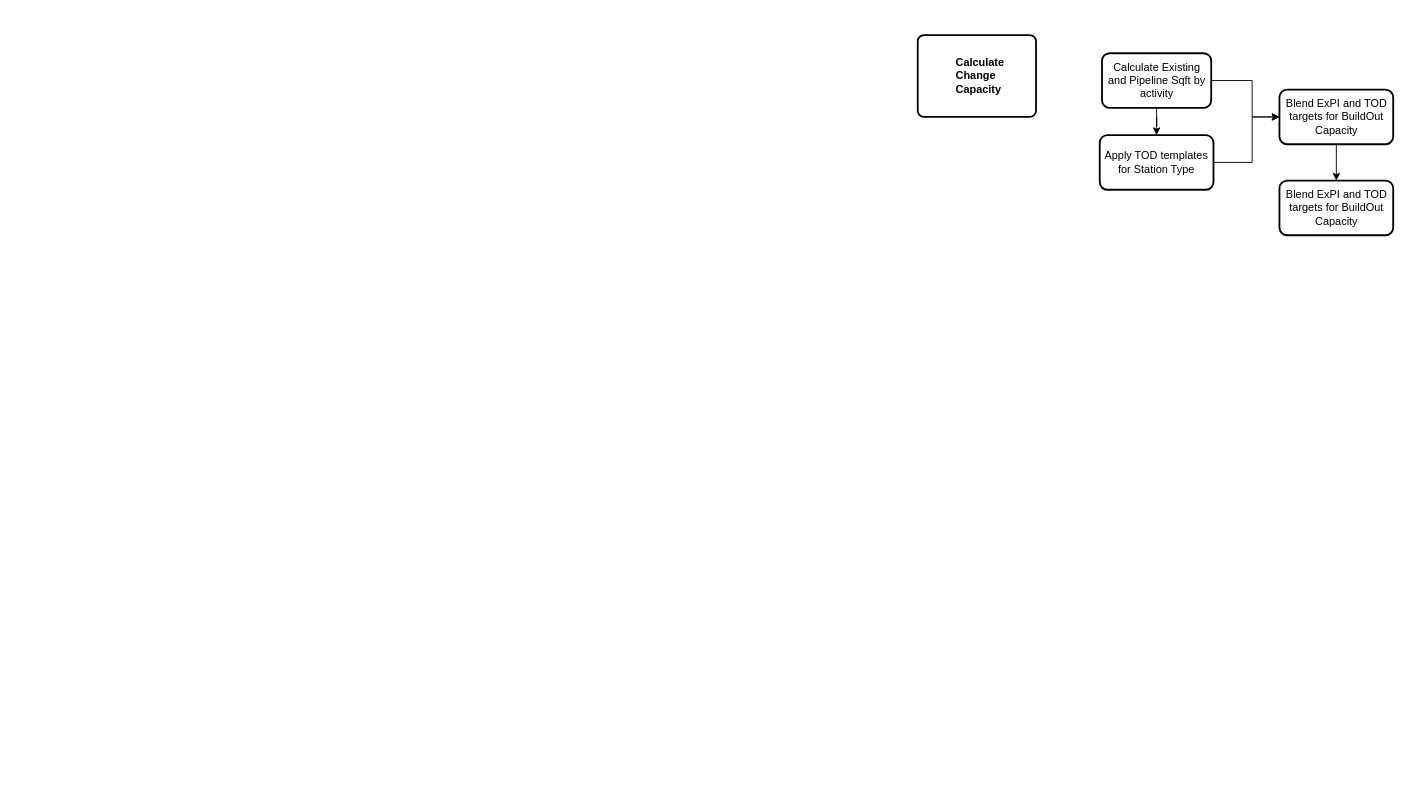
Earlier version of the draw.io diagram page "Calculate Change Capacity" (3 of 3) of AllocationProcess.drawio (renaissanceplanning/LCBRT_TOD). Source tidied: cells renumbered, new cells numbered last; positions are measured from the earlier drawing's top-left corner, leaving out a move shared by most shapes. Both pictures are drawn from the tidied source at 91%, with x=0, y=0 at pixel (917, 35).
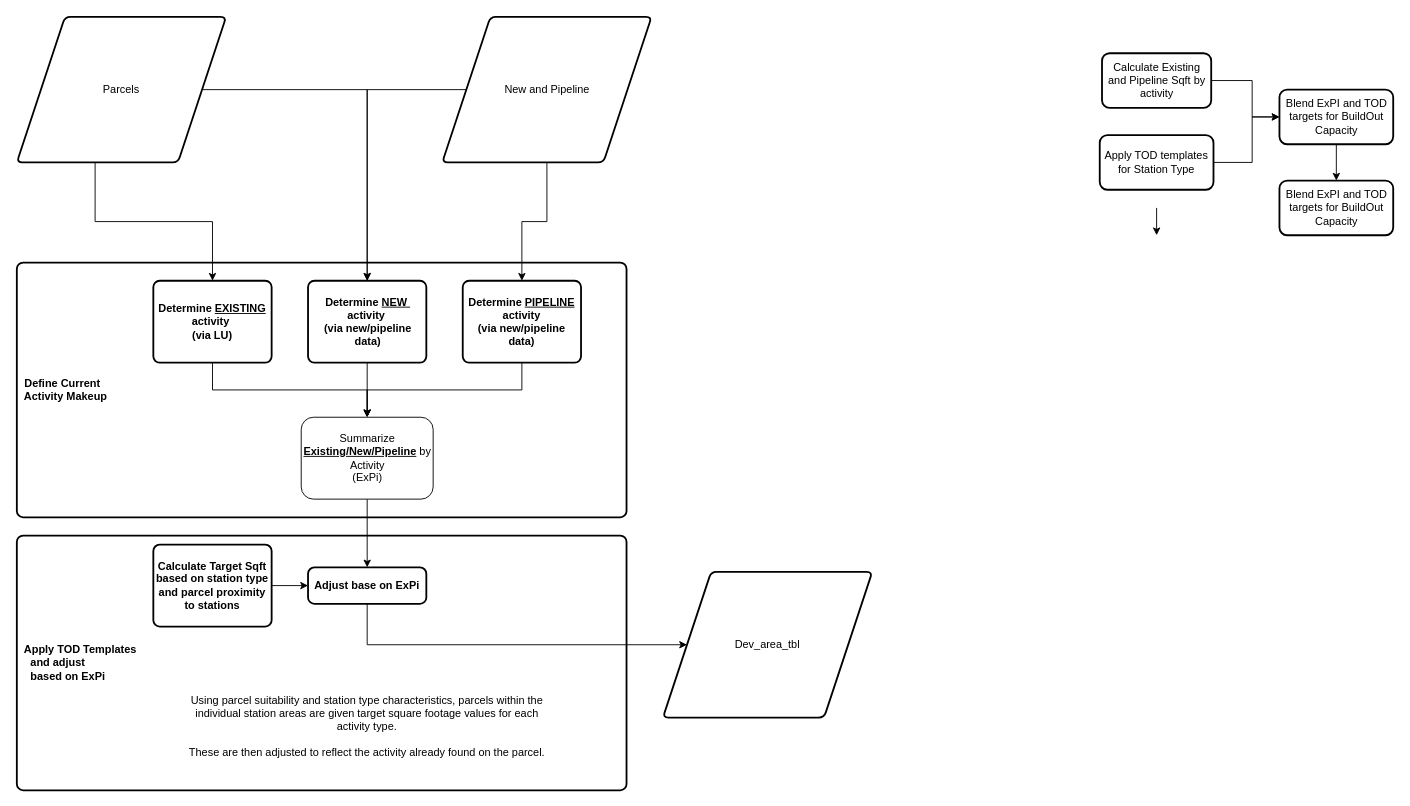
Above is the later version.

Commit message (it also covers changes not shown here):
update \rocedure process doc with change capacity flow

Unchanged cells that the change refers to:
```xml
<mxCell id="3" value="Calculate Existing and Pipeline Sqft by activity" style="whiteSpace=wrap;html=1;rounded=1;strokeWidth=2;arcSize=14;" parent="1" vertex="1">
  <mxGeometry x="202.5" y="20" width="120" height="60" as="geometry" />
</mxCell>
<mxCell id="4" value="Apply TOD templates for Station Type" style="whiteSpace=wrap;html=1;rounded=1;strokeWidth=2;arcSize=14;" parent="1" vertex="1">
  <mxGeometry x="200" y="110" width="125" height="60" as="geometry" />
</mxCell>
```

What changed in the source:
```diff
@@
+    <mxCell id="11" value="&lt;b&gt;&amp;nbsp; Apply TOD Templates&lt;br&gt;&amp;nbsp; &amp;nbsp; and adjust &lt;br&gt;&amp;nbsp; &amp;nbsp; based on ExPi&lt;br&gt;&lt;/b&gt;" style="rounded=1;whiteSpace=wrap;html=1;absoluteArcSize=1;arcSize=14;strokeWidth=2;align=left;" parent="1" vertex="1">
+      <mxGeometry x="-990" y="550" width="670" height="280" as="geometry" />
+    </mxCell>
-    <mxCell id="2" value="&lt;blockquote style=&quot;margin: 0 0 0 40px ; border: none ; padding: 0px&quot;&gt;&lt;b&gt;Calculate &lt;br&gt;&lt;/b&gt;&lt;b&gt;Change&lt;br&gt; &lt;/b&gt;&lt;b&gt;Capacity&lt;/b&gt;&lt;/blockquote&gt;" style="rounded=1;whiteSpace=wrap;html=1;absoluteArcSize=1;arcSize=14;strokeWidth=2;align=left;" parent="1" vertex="1">
-      <mxGeometry width="130" height="90" as="geometry" />
+    <mxCell id="2" value="&lt;b&gt;&amp;nbsp; Define Current &lt;br&gt;&amp;nbsp; Activity Makeup&lt;/b&gt;" style="rounded=1;whiteSpace=wrap;html=1;absoluteArcSize=1;arcSize=14;strokeWidth=2;align=left;" parent="1" vertex="1">
+      <mxGeometry x="-990" y="250" width="670" height="280" as="geometry" />
     </mxCell>
@@
-    <mxCell id="5" style="edgeStyle=orthogonalEdgeStyle;rounded=0;jettySize=auto;html=1;" parent="1" edge="1" source="3" target="4">
-      <mxGeometry relative="1" as="geometry" />
+    <mxCell id="5" style="edgeStyle=orthogonalEdgeStyle;rounded=0;orthogonalLoop=1;jettySize=auto;html=1;" parent="1" edge="1">
+      <mxGeometry relative="1" as="geometry">
+        <mxPoint x="262.5" y="190" as="sourcePoint" />
+        <mxPoint x="262.5" y="220" as="targetPoint" />
+      </mxGeometry>
     </mxCell>
@@
+    <mxCell id="12" style="edgeStyle=orthogonalEdgeStyle;rounded=0;jettySize=auto;html=1;exitX=0.5;exitY=1;exitDx=0;exitDy=0;" parent="1" edge="1" source="13" target="19">
+      <mxGeometry relative="1" as="geometry" />
+    </mxCell>
+    <mxCell id="13" value="&lt;b&gt;Determine&amp;nbsp;&lt;u&gt;EXISTING&lt;br&gt;&lt;/u&gt;activity&amp;nbsp;&lt;br&gt;&lt;/b&gt;&lt;b&gt;(via LU)&lt;/b&gt;" style="rounded=1;whiteSpace=wrap;html=1;absoluteArcSize=1;arcSize=14;strokeWidth=2;align=center;" parent="1" vertex="1">
+      <mxGeometry x="-840" y="270" width="130" height="90" as="geometry" />
+    </mxCell>
+    <mxCell id="14" style="edgeStyle=orthogonalEdgeStyle;rounded=0;jettySize=auto;html=1;exitX=0.5;exitY=1;exitDx=0;exitDy=0;entryX=0.5;entryY=0;entryDx=0;entryDy=0;" parent="1" edge="1" source="15" target="19">
+      <mxGeometry relative="1" as="geometry" />
+    </mxCell>
+    <mxCell id="15" value="&lt;div style=&quot;text-align: center&quot;&gt;&lt;b&gt;Determine&amp;nbsp;&lt;/b&gt;&lt;b&gt;&lt;u&gt;NEW&amp;nbsp;&lt;/u&gt;&lt;/b&gt;&lt;/div&gt;&lt;b&gt;&lt;div style=&quot;text-align: center&quot;&gt;&lt;b&gt;activity&amp;nbsp;&lt;/b&gt;&lt;/div&gt;&lt;/b&gt;&lt;b&gt;&lt;div style=&quot;text-align: center&quot;&gt;&lt;b&gt;(via new/pipeline data)&lt;/b&gt;&lt;/div&gt;&lt;/b&gt;" style="rounded=1;whiteSpace=wrap;html=1;absoluteArcSize=1;arcSize=14;strokeWidth=2;align=left;" parent="1" vertex="1">
+      <mxGeometry x="-670" y="270" width="130" height="90" as="geometry" />
+    </mxCell>
+    <mxCell id="16" style="edgeStyle=orthogonalEdgeStyle;rounded=0;jettySize=auto;html=1;exitX=0.5;exitY=1;exitDx=0;exitDy=0;" parent="1" edge="1" source="17" target="19">
+      <mxGeometry relative="1" as="geometry" />
+    </mxCell>
+    <mxCell id="17" value="&lt;b&gt;Determine&amp;nbsp;&lt;/b&gt;&lt;b&gt;&lt;u&gt;PIPELINE&lt;br&gt;&lt;/u&gt;&lt;/b&gt;&lt;b&gt;activity&lt;br&gt;&lt;/b&gt;&lt;b&gt;(via new/pipeline data)&lt;/b&gt;" style="rounded=1;whiteSpace=wrap;html=1;absoluteArcSize=1;arcSize=14;strokeWidth=2;align=center;" parent="1" vertex="1">
+      <mxGeometry x="-500" y="270" width="130" height="90" as="geometry" />
+    </mxCell>
+    <mxCell id="18" style="edgeStyle=orthogonalEdgeStyle;rounded=0;jettySize=auto;html=1;entryX=0.5;entryY=0;entryDx=0;entryDy=0;" parent="1" edge="1" source="19" target="30">
+      <mxGeometry relative="1" as="geometry" />
+    </mxCell>
+    <mxCell id="19" value="Summarize &lt;b&gt;&lt;u&gt;Existing/New/Pipeline&lt;/u&gt;&lt;/b&gt; by Activity&lt;br&gt;(ExPi)" style="rounded=1;whiteSpace=wrap;html=1;" parent="1" vertex="1">
+      <mxGeometry x="-677.5" y="420" width="145" height="90" as="geometry" />
+    </mxCell>
+    <mxCell id="20" value="Using parcel suitability and station type characteristics, parcels within the individual station areas are given target square footage values for each activity type.&lt;br&gt;&lt;br&gt;These are then adjusted to reflect the activity already found on the parcel." style="text;html=1;strokeColor=none;fillColor=none;align=center;verticalAlign=middle;whiteSpace=wrap;rounded=0;" parent="1" vertex="1">
+      <mxGeometry x="-810" y="700" width="410" height="120" as="geometry" />
+    </mxCell>
+    <mxCell id="21" style="edgeStyle=orthogonalEdgeStyle;rounded=0;jettySize=auto;html=1;exitX=1;exitY=0.5;exitDx=0;exitDy=0;entryX=0;entryY=0.5;entryDx=0;entryDy=0;" parent="1" edge="1" source="22" target="30">
+      <mxGeometry relative="1" as="geometry" />
+    </mxCell>
+    <mxCell id="22" value="&lt;b&gt;Calculate Target Sqft based on station type and parcel proximity to stations&lt;/b&gt;" style="rounded=1;whiteSpace=wrap;html=1;absoluteArcSize=1;arcSize=14;strokeWidth=2;align=center;" parent="1" vertex="1">
+      <mxGeometry x="-840" y="560" width="130" height="90" as="geometry" />
+    </mxCell>
+    <mxCell id="23" style="edgeStyle=orthogonalEdgeStyle;rounded=0;jettySize=auto;html=1;entryX=0.5;entryY=0;entryDx=0;entryDy=0;exitX=0.374;exitY=1;exitDx=0;exitDy=0;exitPerimeter=0;" parent="1" edge="1" source="25" target="13">
+      <mxGeometry relative="1" as="geometry" />
+    </mxCell>
+    <mxCell id="24" style="edgeStyle=orthogonalEdgeStyle;rounded=0;jettySize=auto;html=1;entryX=0.5;entryY=0;entryDx=0;entryDy=0;" parent="1" edge="1" source="25" target="15">
+      <mxGeometry relative="1" as="geometry" />
+    </mxCell>
+    <mxCell id="25" value="Parcels" style="shape=parallelogram;html=1;strokeWidth=2;perimeter=parallelogramPerimeter;whiteSpace=wrap;rounded=1;arcSize=12;size=0.23;" parent="1" vertex="1">
+      <mxGeometry x="-990" y="-20" width="230" height="160" as="geometry" />
+    </mxCell>
+    <mxCell id="26" style="edgeStyle=orthogonalEdgeStyle;rounded=0;jettySize=auto;html=1;entryX=0.5;entryY=0;entryDx=0;entryDy=0;" parent="1" edge="1" source="28" target="15">
+      <mxGeometry relative="1" as="geometry" />
+    </mxCell>
+    <mxCell id="27" style="edgeStyle=orthogonalEdgeStyle;rounded=0;jettySize=auto;html=1;" parent="1" edge="1" source="28" target="17">
+      <mxGeometry relative="1" as="geometry" />
+    </mxCell>
+    <mxCell id="28" value="New and Pipeline" style="shape=parallelogram;html=1;strokeWidth=2;perimeter=parallelogramPerimeter;whiteSpace=wrap;rounded=1;arcSize=12;size=0.23;" parent="1" vertex="1">
+      <mxGeometry x="-522.5" y="-20" width="230" height="160" as="geometry" />
+    </mxCell>
+    <mxCell id="29" style="edgeStyle=orthogonalEdgeStyle;rounded=0;jettySize=auto;html=1;exitX=0.5;exitY=1;exitDx=0;exitDy=0;entryX=0;entryY=0.5;entryDx=0;entryDy=0;" parent="1" edge="1" source="30" target="31">
+      <mxGeometry relative="1" as="geometry" />
+    </mxCell>
+    <mxCell id="30" value="&lt;b&gt;Adjust base on ExPi&lt;/b&gt;" style="rounded=1;whiteSpace=wrap;html=1;absoluteArcSize=1;arcSize=14;strokeWidth=2;align=center;" parent="1" vertex="1">
+      <mxGeometry x="-670" y="585" width="130" height="40" as="geometry" />
+    </mxCell>
+    <mxCell id="31" value="Dev_area_tbl" style="shape=parallelogram;html=1;strokeWidth=2;perimeter=parallelogramPerimeter;whiteSpace=wrap;rounded=1;arcSize=12;size=0.23;" parent="1" vertex="1">
+      <mxGeometry x="-280" y="590" width="230" height="160" as="geometry" />
+    </mxCell>
```
